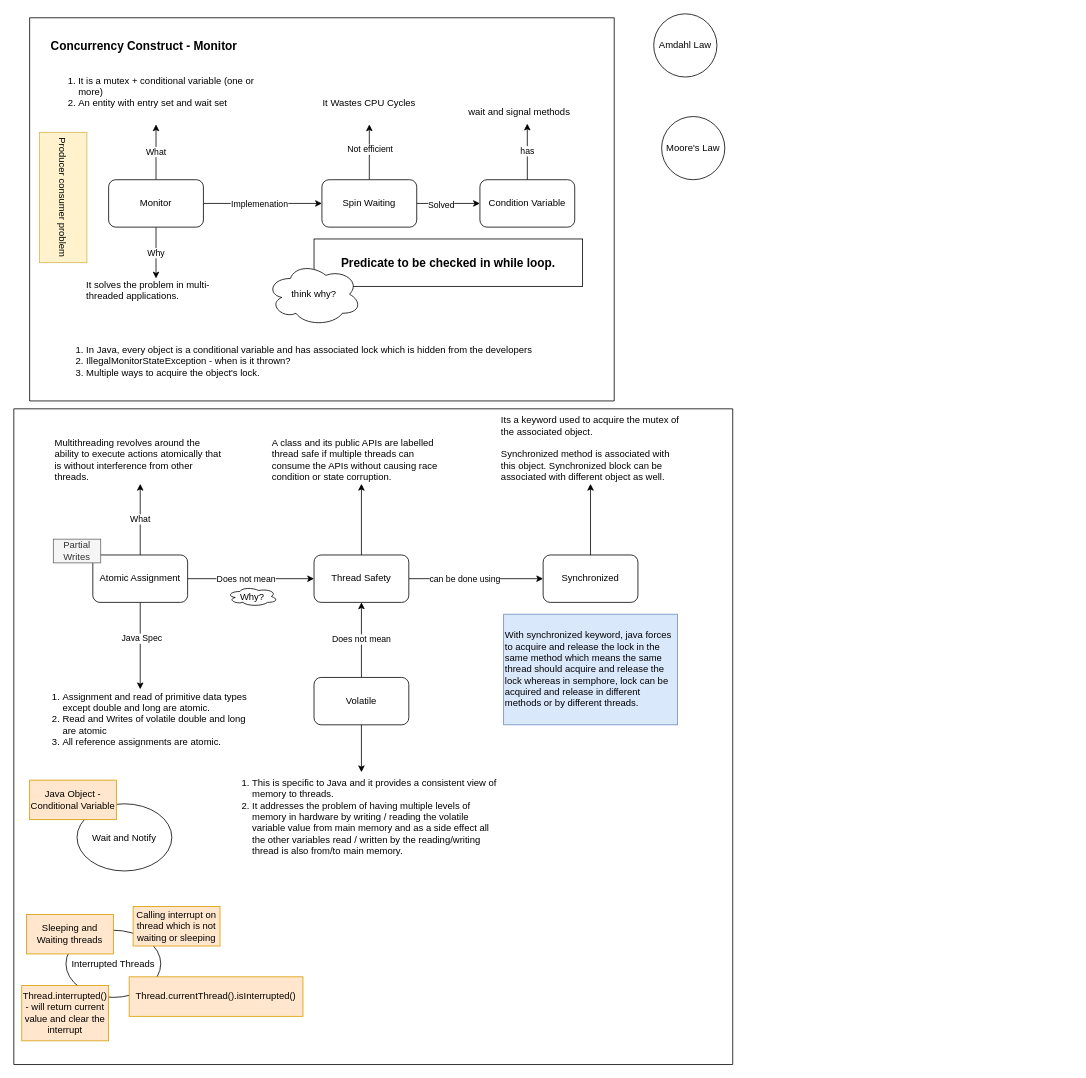
balaprojects/graphical_notes keeps this draw.io diagram as multithreading-java.drawio. Above is the earlier version. Source tidied: cells renumbered, new cells numbered last; positions are measured from the earlier drawing's top-left corner, leaving out a move shared by most shapes. Both pictures are drawn from the tidied source at 79%, with x=0, y=0 at pixel (-2, 13).
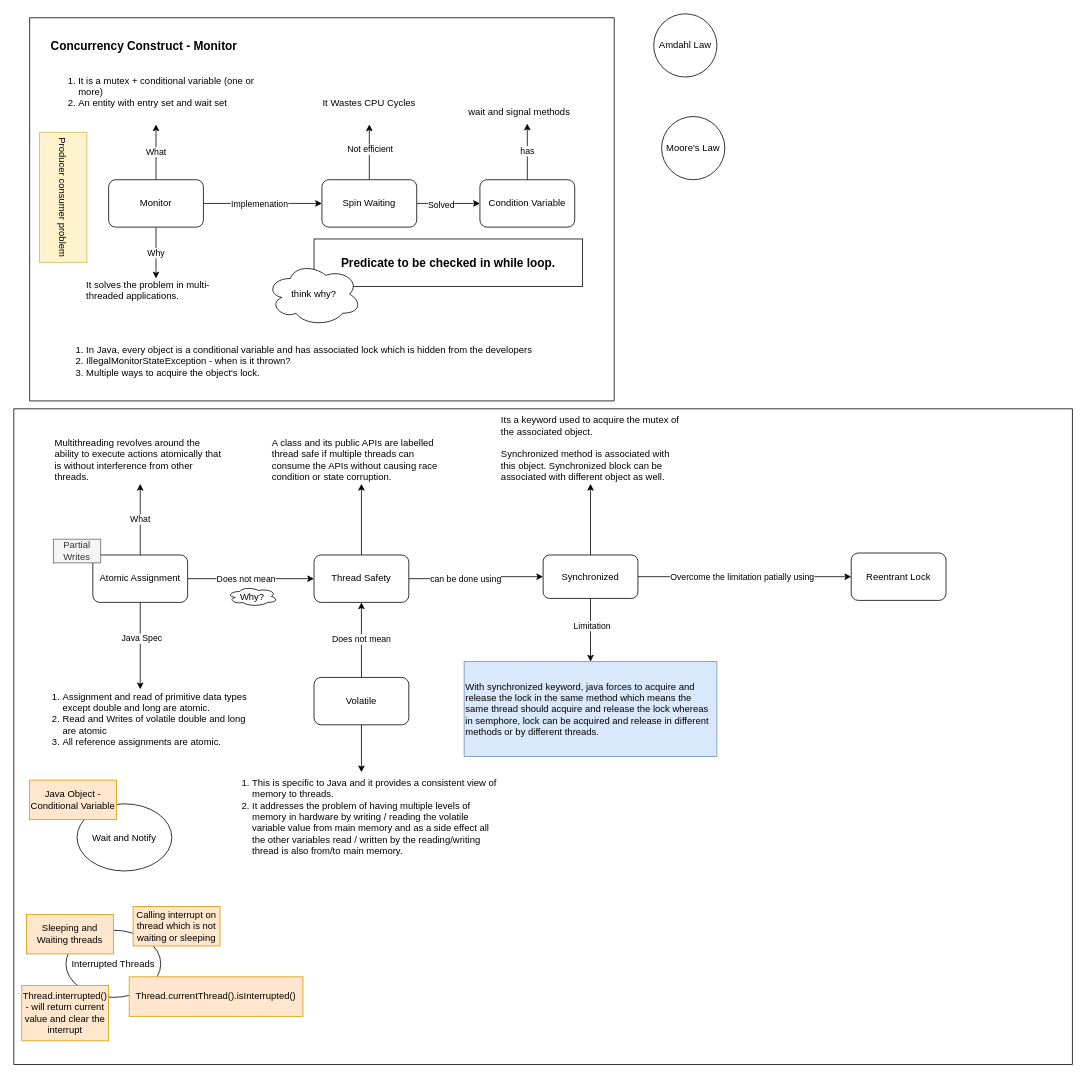
Above is the later version.

The edit, as a diff of the source:
```diff
@@
     <mxCell id="26" style="swimlane;startSize=0;" parent="1" vertex="1">
-      <mxGeometry x="20" y="500" width="910" height="830" as="geometry" />
+      <mxGeometry x="20" y="500" width="1340" height="830" as="geometry" />
     </mxCell>
@@
+    <mxCell id="57" style="edgeStyle=orthogonalEdgeStyle;rounded=0;jettySize=auto;html=1;entryX=0.5;entryY=0;entryDx=0;entryDy=0;" parent="26" edge="1" source="43" target="45">
+      <mxGeometry relative="1" as="geometry" />
+    </mxCell>
+    <mxCell id="58" value="Limitation" style="edgeLabel;html=1;align=center;verticalAlign=middle;" parent="57" vertex="1">
+      <mxGeometry x="-0.15" y="1" relative="1" as="geometry" />
+    </mxCell>
+    <mxCell id="59" style="edgeStyle=orthogonalEdgeStyle;rounded=0;jettySize=auto;html=1;" parent="26" edge="1" source="43" target="61">
+      <mxGeometry relative="1" as="geometry" />
+    </mxCell>
+    <mxCell id="60" value="Overcome the limitation patially using" style="edgeLabel;html=1;align=center;verticalAlign=middle;" parent="59" vertex="1">
+      <mxGeometry x="-0.64" relative="1" as="geometry">
+        <mxPoint x="82" as="offset" />
+      </mxGeometry>
+    </mxCell>
     <mxCell id="43" value="Synchronized" style="rounded=1;whiteSpace=wrap;html=1;" parent="26" vertex="1">
-      <mxGeometry x="670" y="185" width="120" height="60" as="geometry" />
+      <mxGeometry x="670" y="185" width="120" height="55" as="geometry" />
     </mxCell>
@@
     <mxCell id="45" value="With synchronized keyword, java forces to acquire and release the lock in the same method which means the same thread should acquire and release the lock whereas in semphore, lock can be acquired and release in different methods or by different threads." style="text;html=1;align=left;verticalAlign=middle;whiteSpace=wrap;rounded=0;fillColor=#dae8fc;strokeColor=#6c8ebf;" parent="26" vertex="1">
-      <mxGeometry x="620" y="260" width="220" height="140" as="geometry" />
+      <mxGeometry x="570" y="320" width="320" height="120" as="geometry" />
     </mxCell>
@@
+    <mxCell id="61" value="Reentrant Lock" style="whiteSpace=wrap;html=1;rounded=1;" parent="26" vertex="1">
+      <mxGeometry x="1060" y="182.5" width="120" height="60" as="geometry" />
+    </mxCell>
```
